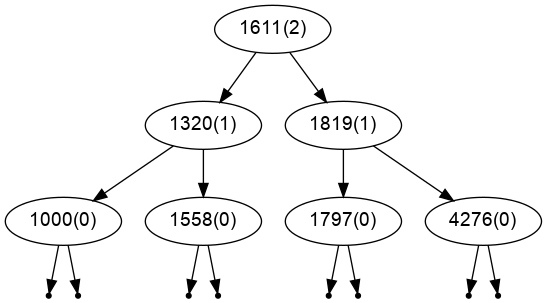
The Graphviz diagram bst.dot.png in jeffknerr/avlbst, before a commit. Its source is kept beside it as bst.dot.
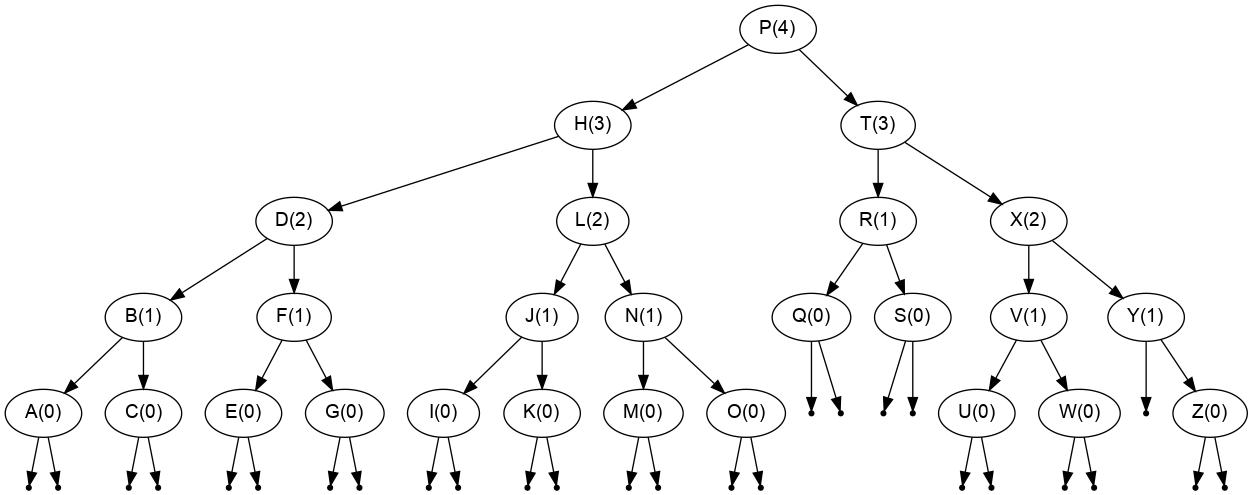
After the change.

Diff of the diagram source:
```diff
@@ -1,25 +1,82 @@
 digraph BST {
    node [fontname="Arial"];
-   "1611(2)" -> "1320(1)" ;
-   "1320(1)" -> "1000(0)" ;
+   "P(4)" -> "H(3)" ;
+   "H(3)" -> "D(2)" ;
+   "D(2)" -> "B(1)" ;
+   "B(1)" -> "A(0)" ;
    null1 [shape=point];
-   "1000(0)" -> null1;
+   "A(0)" -> null1;
    null2 [shape=point];
-   "1000(0)" -> null2;
-   "1320(1)" -> "1558(0)" ;
+   "A(0)" -> null2;
+   "B(1)" -> "C(0)" ;
    null3 [shape=point];
-   "1558(0)" -> null3;
+   "C(0)" -> null3;
    null4 [shape=point];
-   "1558(0)" -> null4;
-   "1611(2)" -> "1819(1)" ;
-   "1819(1)" -> "1797(0)" ;
+   "C(0)" -> null4;
+   "D(2)" -> "F(1)" ;
+   "F(1)" -> "E(0)" ;
    null5 [shape=point];
-   "1797(0)" -> null5;
+   "E(0)" -> null5;
    null6 [shape=point];
-   "1797(0)" -> null6;
-   "1819(1)" -> "4276(0)" ;
+   "E(0)" -> null6;
+   "F(1)" -> "G(0)" ;
    null7 [shape=point];
-   "4276(0)" -> null7;
+   "G(0)" -> null7;
    null8 [shape=point];
-   "4276(0)" -> null8;
+   "G(0)" -> null8;
+   "H(3)" -> "L(2)" ;
+   "L(2)" -> "J(1)" ;
+   "J(1)" -> "I(0)" ;
+   null9 [shape=point];
+   "I(0)" -> null9;
+   null10 [shape=point];
+   "I(0)" -> null10;
+   "J(1)" -> "K(0)" ;
+   null11 [shape=point];
+   "K(0)" -> null11;
+   null12 [shape=point];
+   "K(0)" -> null12;
+   "L(2)" -> "N(1)" ;
+   "N(1)" -> "M(0)" ;
+   null13 [shape=point];
+   "M(0)" -> null13;
+   null14 [shape=point];
+   "M(0)" -> null14;
+   "N(1)" -> "O(0)" ;
+   null15 [shape=point];
+   "O(0)" -> null15;
+   null16 [shape=point];
+   "O(0)" -> null16;
+   "P(4)" -> "T(3)" ;
+   "T(3)" -> "R(1)" ;
+   "R(1)" -> "Q(0)" ;
+   null17 [shape=point];
+   "Q(0)" -> null17;
+   null18 [shape=point];
+   "Q(0)" -> null18;
+   "R(1)" -> "S(0)" ;
+   null19 [shape=point];
+   "S(0)" -> null19;
+   null20 [shape=point];
+   "S(0)" -> null20;
+   "T(3)" -> "X(2)" ;
+   "X(2)" -> "V(1)" ;
+   "V(1)" -> "U(0)" ;
+   null21 [shape=point];
+   "U(0)" -> null21;
+   null22 [shape=point];
+   "U(0)" -> null22;
+   "V(1)" -> "W(0)" ;
+   null23 [shape=point];
+   "W(0)" -> null23;
+   null24 [shape=point];
+   "W(0)" -> null24;
+   "X(2)" -> "Y(1)" ;
+   null25 [shape=point];
+   "Y(1)" -> null25;
+   "Y(1)" -> "Z(0)" ;
+   null26 [shape=point];
+   "Z(0)" -> null26;
+   null27 [shape=point];
+   "Z(0)" -> null27;
 }
```
